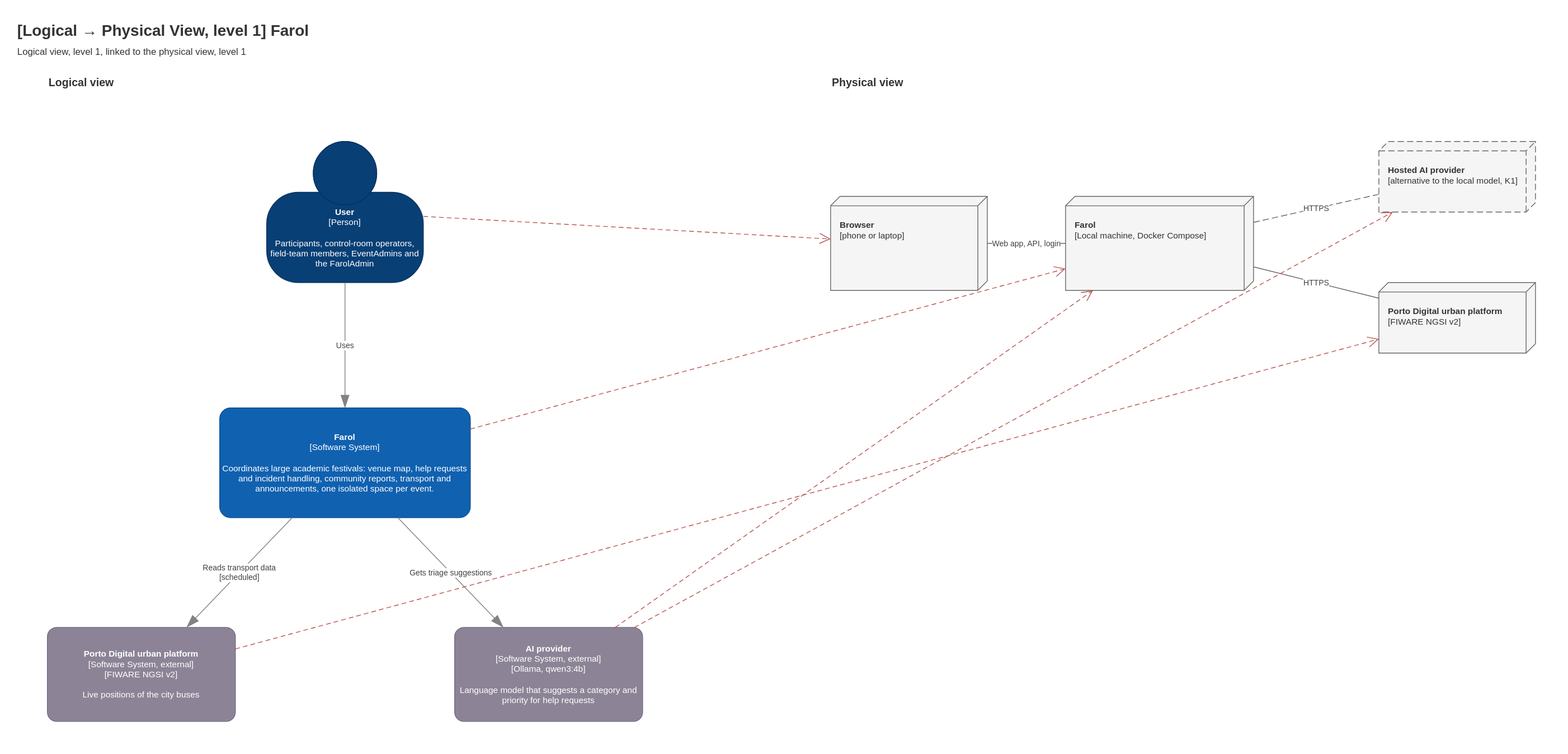
Earlier version of the draw.io export Docs/Technical/diagrams/mapping-logical-physical-level-1.drawio.svg (tomasoliveira21/LABDSOF). Source tidied: cells renumbered, new cells last; positions are measured from the earlier drawing's top-left corner, leaving out a move shared by most shapes.
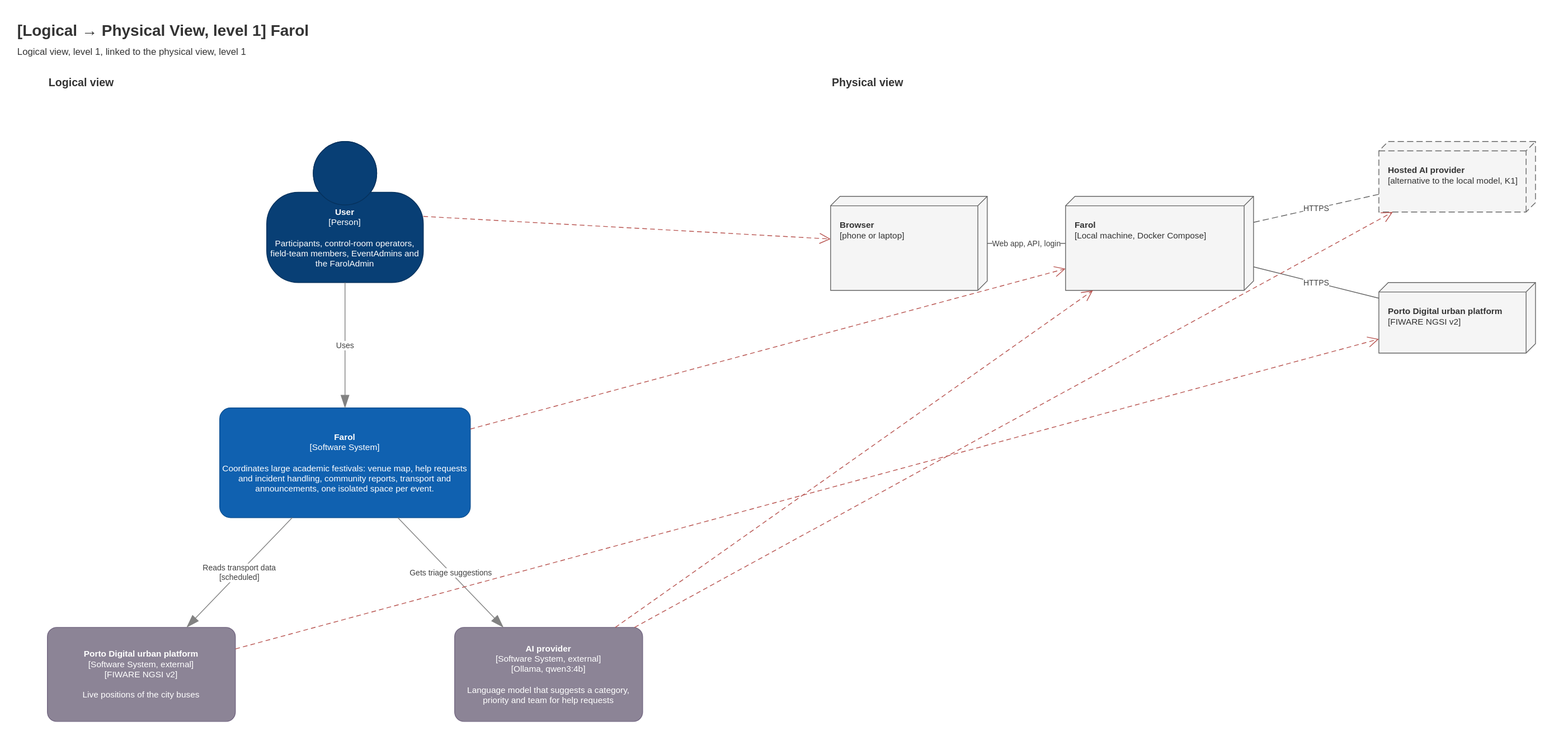
The same diagram one commit later.

What changed in the source:
```diff
@@ -20,7 +20,7 @@
     <mxCell id="7" value="&lt;b&gt;Porto Digital urban platform&lt;/b&gt;&lt;div&gt;[Software System, external]&lt;/div&gt;&lt;div&gt;[FIWARE NGSI v2]&lt;/div&gt;&lt;br&gt;&lt;div&gt;Live positions of the city buses&lt;/div&gt;" style="rounded=1;whiteSpace=wrap;html=1;labelBackgroundColor=none;fillColor=#8C8496;fontColor=#ffffff;align=center;arcSize=10;strokeColor=#736782;fontSize=11;" parent="1" vertex="1">
       <mxGeometry x="40" y="780" width="240" height="120" as="geometry" />
     </mxCell>
-    <mxCell id="8" value="&lt;b&gt;AI provider&lt;/b&gt;&lt;div&gt;[Software System, external]&lt;/div&gt;&lt;div&gt;[Ollama, qwen3:4b]&lt;/div&gt;&lt;br&gt;&lt;div&gt;Language model that suggests a category and priority for help requests&lt;/div&gt;" style="rounded=1;whiteSpace=wrap;html=1;labelBackgroundColor=none;fillColor=#8C8496;fontColor=#ffffff;align=center;arcSize=10;strokeColor=#736782;fontSize=11;" parent="1" vertex="1">
+    <mxCell id="8" value="&lt;b&gt;AI provider&lt;/b&gt;&lt;div&gt;[Software System, external]&lt;/div&gt;&lt;div&gt;[Ollama, qwen3:4b]&lt;/div&gt;&lt;br&gt;&lt;div&gt;Language model that suggests a category, priority and team for help requests&lt;/div&gt;" style="rounded=1;whiteSpace=wrap;html=1;labelBackgroundColor=none;fillColor=#8C8496;fontColor=#ffffff;align=center;arcSize=10;strokeColor=#736782;fontSize=11;" parent="1" vertex="1">
       <mxGeometry x="560" y="780" width="240" height="120" as="geometry" />
     </mxCell>
     <mxCell id="9" value="Uses" style="endArrow=blockThin;html=1;fontSize=10;fontColor=#404040;endFill=1;strokeColor=#828282;endSize=14;rounded=0;labelBackgroundColor=#ffffff;" parent="1" edge="1" source="5" target="6">
```
